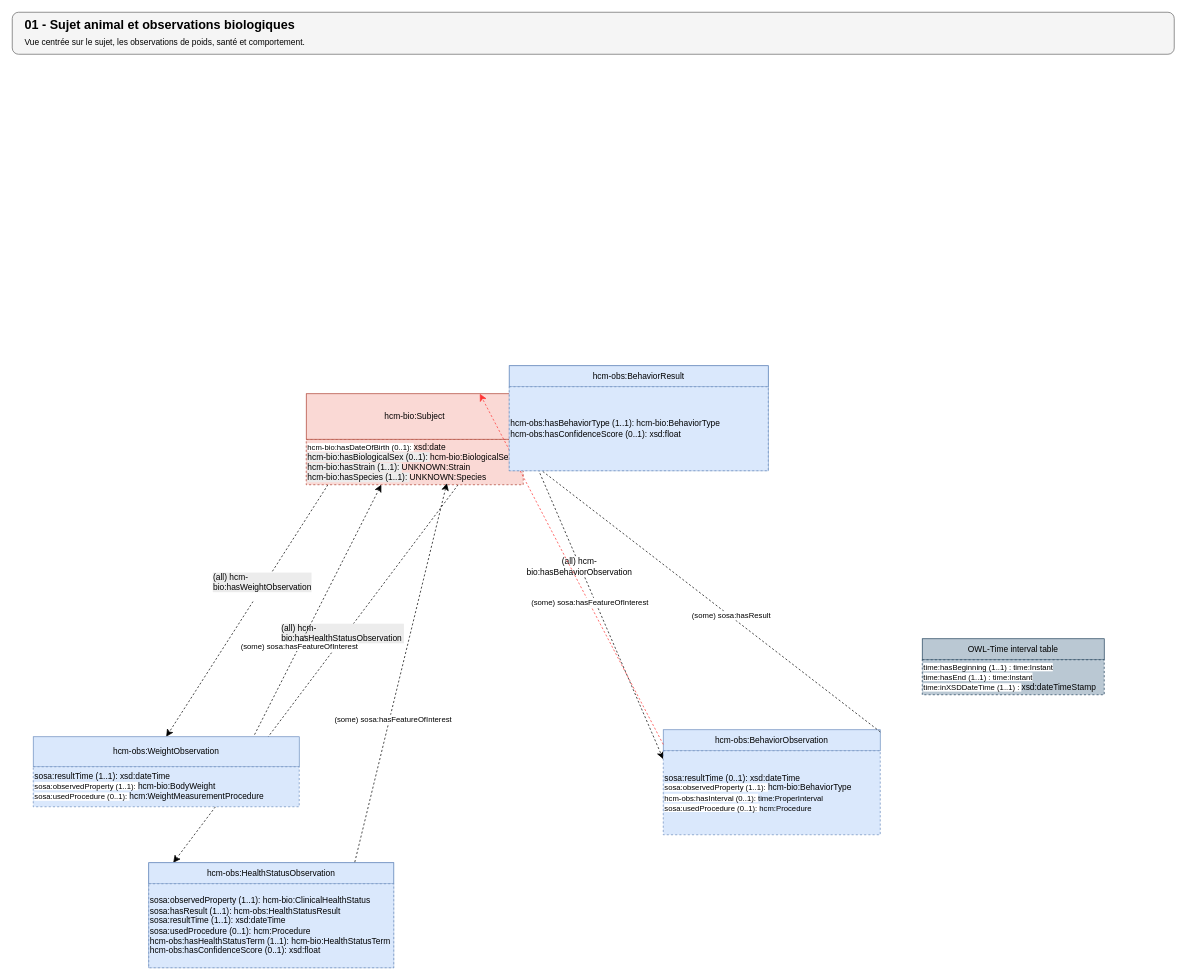
The draw.io diagram page "01 - Sujet animal et observations biologiques" (3 of 7) of docs/paper/sources/figures/version_rapport.drawio in dhuzard/HCMO, before the edit. Source tidied: cells renumbered, new cells numbered last; positions are measured from the earlier drawing's top-left corner, leaving out a move shared by most shapes. Both pictures are drawn from the tidied source at 70%, with x=0, y=0 at pixel (12, 12).
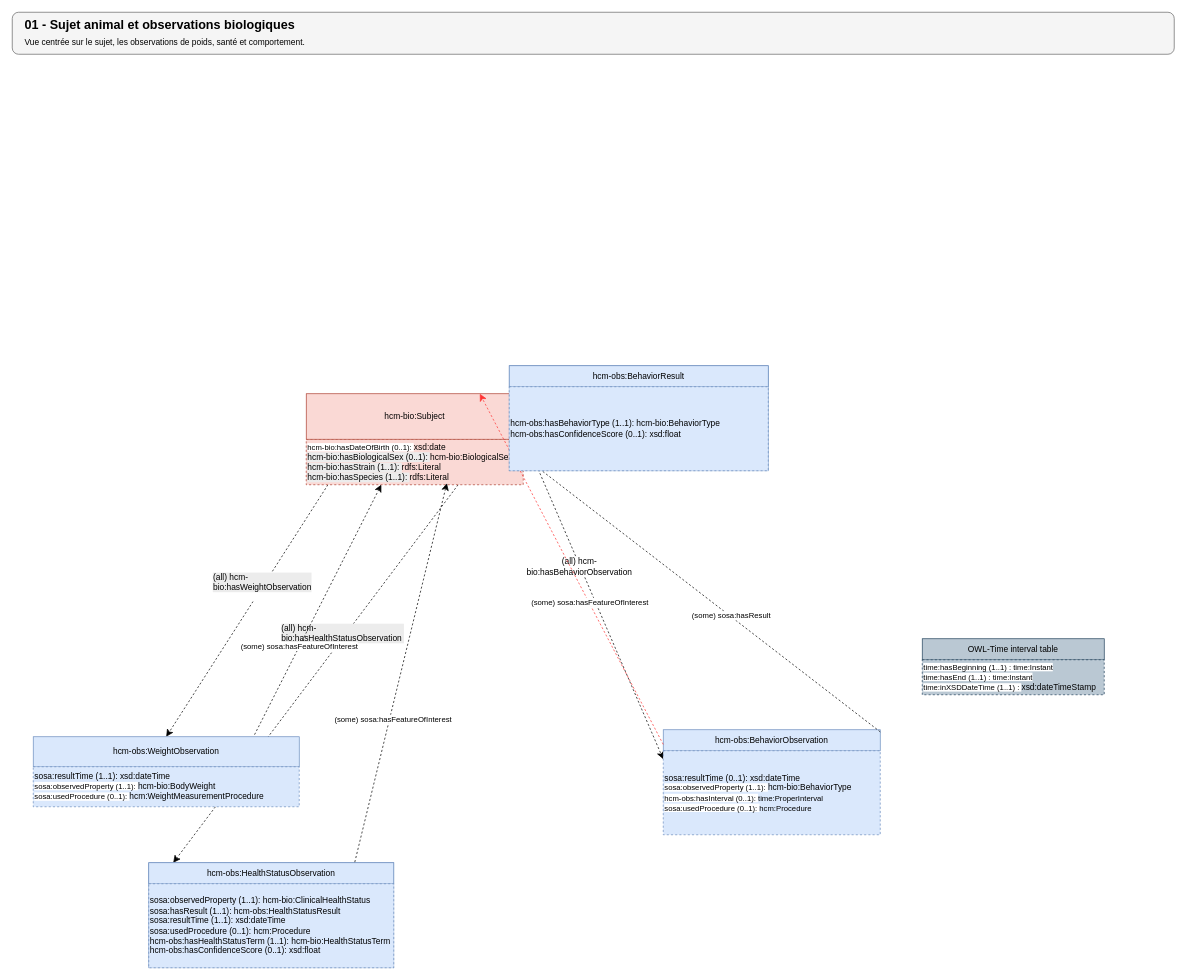
After the change.

The change refers to these unchanged cells:
```xml
<mxCell id="14" style="group;" parent="1" vertex="1">
  <mxGeometry x="420" y="545" width="310" height="130" as="geometry" />
</mxCell>
```

Change to the diagram source:
```diff
@@
-    <mxCell id="15" value="&lt;div&gt;&lt;span style=&quot;color: light-dark(rgb(0, 0, 0), rgb(255, 255, 255)); text-wrap-mode: nowrap; font-size: 11px; background-color: rgb(255, 255, 255);&quot;&gt;hcm-bio:hasDateOfBirth (0..1):&amp;nbsp;&lt;/span&gt;&lt;span style=&quot;background-color: transparent; color: light-dark(rgb(0, 0, 0), rgb(255, 255, 255));&quot;&gt;xsd:date&lt;/span&gt;&lt;/div&gt;&lt;div&gt;&lt;span style=&quot;color: light-dark(rgb(0, 0, 0), rgb(255, 255, 255)); background-color: rgb(236, 236, 236);&quot;&gt;hcm-bio:hasBiologicalSex (0..1):&amp;nbsp;&lt;/span&gt;&lt;span style=&quot;background-color: transparent; color: light-dark(rgb(0, 0, 0), rgb(255, 255, 255));&quot;&gt;&lt;/span&gt;&lt;span style=&quot;background-color: transparent; color: light-dark(rgb(0, 0, 0), rgb(255, 255, 255));&quot;&gt;hcm-bio:BiologicalSex&lt;/span&gt;&lt;/div&gt;&lt;div&gt;&lt;span style=&quot;color: light-dark(rgb(0, 0, 0), rgb(255, 255, 255)); background-color: rgb(236, 236, 236);&quot;&gt;hcm-bio:hasStrain (1..1):&amp;nbsp;&lt;/span&gt;&lt;span style=&quot;background-color: transparent; color: light-dark(rgb(0, 0, 0), rgb(255, 255, 255));&quot;&gt;&lt;/span&gt;&lt;span style=&quot;text-align: center; background-color: transparent; color: light-dark(rgb(0, 0, 0), rgb(255, 255, 255));&quot;&gt;UNKNOWN:Strain&lt;/span&gt;&lt;/div&gt;&lt;div&gt;&lt;span style=&quot;color: light-dark(rgb(0, 0, 0), rgb(255, 255, 255)); background-color: rgb(236, 236, 236);&quot;&gt;hcm-bio:hasSpecies (1..1):&amp;nbsp;&lt;/span&gt;&lt;span style=&quot;text-align: center; background-color: transparent; color: light-dark(rgb(0, 0, 0), rgb(255, 255, 255));&quot;&gt;&lt;/span&gt;&lt;span style=&quot;text-align: center; background-color: transparent; color: light-dark(rgb(0, 0, 0), rgb(255, 255, 255));&quot;&gt;UNKNOWN:Species&lt;/span&gt;&lt;/div&gt;" style="rounded=0;whiteSpace=wrap;html=1;snapToPoint=1;points=[[0.1,0],[0.2,0],[0.3,0],[0.4,0],[0.5,0],[0.6,0],[0.7,0],[0.8,0],[0.9,0],[0,0.1],[0,0.3],[0,0.5],[0,0.7],[0,0.9],[0.1,1],[0.2,1],[0.3,1],[0.4,1],[0.5,1],[0.6,1],[0.7,1],[0.8,1],[0.9,1],[1,0.1],[1,0.3],[1,0.5],[1,0.7],[1,0.9]];dashed=1;align=left;fillColor=#fad9d5;strokeColor=#ae4132;" parent="14" vertex="1">
+    <mxCell id="15" value="&lt;div&gt;&lt;span style=&quot;color: light-dark(rgb(0, 0, 0), rgb(255, 255, 255)); text-wrap-mode: nowrap; font-size: 11px; background-color: rgb(255, 255, 255);&quot;&gt;hcm-bio:hasDateOfBirth (0..1):&amp;nbsp;&lt;/span&gt;&lt;span style=&quot;background-color: transparent; color: light-dark(rgb(0, 0, 0), rgb(255, 255, 255));&quot;&gt;xsd:date&lt;/span&gt;&lt;/div&gt;&lt;div&gt;&lt;span style=&quot;color: light-dark(rgb(0, 0, 0), rgb(255, 255, 255)); background-color: rgb(236, 236, 236);&quot;&gt;hcm-bio:hasBiologicalSex (0..1):&amp;nbsp;&lt;/span&gt;&lt;span style=&quot;background-color: transparent; color: light-dark(rgb(0, 0, 0), rgb(255, 255, 255));&quot;&gt;&lt;/span&gt;&lt;span style=&quot;background-color: transparent; color: light-dark(rgb(0, 0, 0), rgb(255, 255, 255));&quot;&gt;hcm-bio:BiologicalSex&lt;/span&gt;&lt;/div&gt;&lt;div&gt;&lt;span style=&quot;color: light-dark(rgb(0, 0, 0), rgb(255, 255, 255)); background-color: rgb(236, 236, 236);&quot;&gt;hcm-bio:hasStrain (1..1):&amp;nbsp;&lt;/span&gt;&lt;span style=&quot;background-color: transparent; color: light-dark(rgb(0, 0, 0), rgb(255, 255, 255));&quot;&gt;&lt;/span&gt;&lt;span style=&quot;text-align: center; background-color: transparent; color: light-dark(rgb(0, 0, 0), rgb(255, 255, 255));&quot;&gt;rdfs:Literal&lt;/span&gt;&lt;/div&gt;&lt;div&gt;&lt;span style=&quot;color: light-dark(rgb(0, 0, 0), rgb(255, 255, 255)); background-color: rgb(236, 236, 236);&quot;&gt;hcm-bio:hasSpecies (1..1):&amp;nbsp;&lt;/span&gt;&lt;span style=&quot;text-align: center; background-color: transparent; color: light-dark(rgb(0, 0, 0), rgb(255, 255, 255));&quot;&gt;&lt;/span&gt;&lt;span style=&quot;text-align: center; background-color: transparent; color: light-dark(rgb(0, 0, 0), rgb(255, 255, 255));&quot;&gt;rdfs:Literal&lt;/span&gt;&lt;/div&gt;" style="rounded=0;whiteSpace=wrap;html=1;snapToPoint=1;points=[[0.1,0],[0.2,0],[0.3,0],[0.4,0],[0.5,0],[0.6,0],[0.7,0],[0.8,0],[0.9,0],[0,0.1],[0,0.3],[0,0.5],[0,0.7],[0,0.9],[0.1,1],[0.2,1],[0.3,1],[0.4,1],[0.5,1],[0.6,1],[0.7,1],[0.8,1],[0.9,1],[1,0.1],[1,0.3],[1,0.5],[1,0.7],[1,0.9]];dashed=1;align=left;fillColor=#fad9d5;strokeColor=#ae4132;" parent="14" vertex="1">
       <mxGeometry y="65" width="310" height="65" as="geometry" />
     </mxCell>
```
